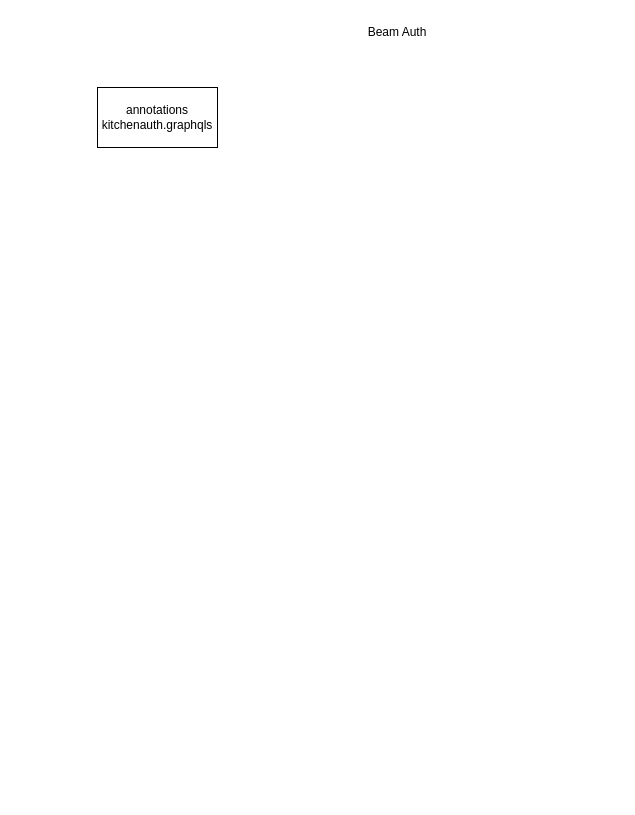
Before: KitchenAuth+BeamAuth.drawio in evagle/awesome, a draw.io diagram. Source tidied: cells renumbered, new cells numbered last; positions are measured from the earlier drawing's top-left corner, leaving out a move shared by most shapes. Both pictures are drawn from the tidied source at 100%, with x=0, y=0 at pixel (97, 17).
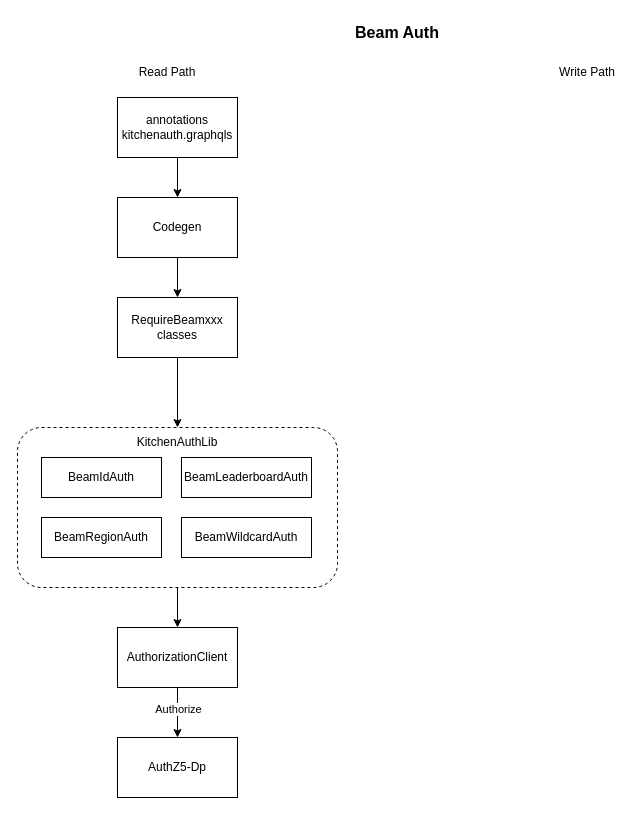
Above is the later version.

Change to the diagram source:
```diff
@@
+    <mxCell id="4" style="edgeStyle=orthogonalEdgeStyle;rounded=0;jettySize=auto;html=1;exitX=0.5;exitY=1;exitDx=0;exitDy=0;entryX=0.5;entryY=0;entryDx=0;entryDy=0;" parent="1" edge="1" source="5" target="17">
+      <mxGeometry relative="1" as="geometry" />
+    </mxCell>
+    <mxCell id="5" style="rounded=1;whiteSpace=wrap;html=1;dashed=1;" parent="1" vertex="1">
+      <mxGeometry x="-80" y="410" width="320" height="160" as="geometry" />
+    </mxCell>
+    <mxCell id="6" style="edgeStyle=orthogonalEdgeStyle;rounded=0;jettySize=auto;html=1;exitX=0.5;exitY=1;exitDx=0;exitDy=0;" parent="1" edge="1" source="2" target="8">
+      <mxGeometry relative="1" as="geometry" />
+    </mxCell>
     <mxCell id="2" value="annotations&lt;br&gt;kitchenauth.graphqls" style="rounded=0;whiteSpace=wrap;html=1;" parent="1" vertex="1">
-      <mxGeometry y="70" width="120" height="60" as="geometry" />
+      <mxGeometry x="20" y="80" width="120" height="60" as="geometry" />
     </mxCell>
-    <mxCell id="3" value="Beam Auth" style="text;html=1;strokeColor=none;fillColor=none;align=center;verticalAlign=middle;whiteSpace=wrap;rounded=0;" parent="1" vertex="1">
+    <mxCell id="3" value="&lt;b&gt;&lt;font style=&quot;font-size: 16px;&quot;&gt;Beam Auth&lt;/font&gt;&lt;/b&gt;" style="text;html=1;strokeColor=none;fillColor=none;align=center;verticalAlign=middle;whiteSpace=wrap;rounded=0;" parent="1" vertex="1">
       <mxGeometry x="210" width="180" height="30" as="geometry" />
     </mxCell>
+    <mxCell id="7" style="edgeStyle=orthogonalEdgeStyle;rounded=0;jettySize=auto;html=1;exitX=0.5;exitY=1;exitDx=0;exitDy=0;entryX=0.5;entryY=0;entryDx=0;entryDy=0;" parent="1" edge="1" source="8" target="10">
+      <mxGeometry relative="1" as="geometry" />
+    </mxCell>
+    <mxCell id="8" value="Codegen" style="rounded=0;whiteSpace=wrap;html=1;" parent="1" vertex="1">
+      <mxGeometry x="20" y="180" width="120" height="60" as="geometry" />
+    </mxCell>
+    <mxCell id="9" style="edgeStyle=orthogonalEdgeStyle;rounded=0;jettySize=auto;html=1;exitX=0.5;exitY=1;exitDx=0;exitDy=0;" parent="1" edge="1" source="10" target="5">
+      <mxGeometry relative="1" as="geometry" />
+    </mxCell>
+    <mxCell id="10" value="RequireBeamxxx&lt;br&gt;classes" style="rounded=0;whiteSpace=wrap;html=1;" parent="1" vertex="1">
+      <mxGeometry x="20" y="280" width="120" height="60" as="geometry" />
+    </mxCell>
+    <mxCell id="11" value="BeamIdAuth" style="rounded=0;whiteSpace=wrap;html=1;" parent="1" vertex="1">
+      <mxGeometry x="-56" y="440" width="120" height="40" as="geometry" />
+    </mxCell>
+    <mxCell id="12" value="BeamLeaderboardAuth" style="rounded=0;whiteSpace=wrap;html=1;" parent="1" vertex="1">
+      <mxGeometry x="84" y="440" width="130" height="40" as="geometry" />
+    </mxCell>
+    <mxCell id="13" value="BeamRegionAuth" style="rounded=0;whiteSpace=wrap;html=1;" parent="1" vertex="1">
+      <mxGeometry x="-56" y="500" width="120" height="40" as="geometry" />
+    </mxCell>
+    <mxCell id="14" value="BeamWildcardAuth" style="rounded=0;whiteSpace=wrap;html=1;" parent="1" vertex="1">
+      <mxGeometry x="84" y="500" width="130" height="40" as="geometry" />
+    </mxCell>
+    <mxCell id="15" style="edgeStyle=orthogonalEdgeStyle;rounded=0;jettySize=auto;html=1;exitX=0.5;exitY=1;exitDx=0;exitDy=0;entryX=0.5;entryY=0;entryDx=0;entryDy=0;" parent="1" edge="1" source="17" target="18">
+      <mxGeometry relative="1" as="geometry" />
+    </mxCell>
+    <mxCell id="16" value="Authorize" style="edgeLabel;html=1;align=center;verticalAlign=middle;" parent="15" vertex="1">
+      <mxGeometry x="-0.17" y="4" relative="1" as="geometry">
+        <mxPoint x="-4" as="offset" />
+      </mxGeometry>
+    </mxCell>
+    <mxCell id="17" value="AuthorizationClient" style="rounded=0;whiteSpace=wrap;html=1;" parent="1" vertex="1">
+      <mxGeometry x="20" y="610" width="120" height="60" as="geometry" />
+    </mxCell>
+    <mxCell id="18" value="AuthZ5-Dp" style="rounded=0;whiteSpace=wrap;html=1;" parent="1" vertex="1">
+      <mxGeometry x="20" y="720" width="120" height="60" as="geometry" />
+    </mxCell>
+    <mxCell id="19" value="KitchenAuthLib" style="text;html=1;strokeColor=none;fillColor=none;align=center;verticalAlign=middle;whiteSpace=wrap;rounded=0;" parent="1" vertex="1">
+      <mxGeometry x="50" y="410" width="60" height="30" as="geometry" />
+    </mxCell>
+    <mxCell id="20" value="Read Path" style="text;html=1;strokeColor=none;fillColor=none;align=center;verticalAlign=middle;whiteSpace=wrap;rounded=0;" parent="1" vertex="1">
+      <mxGeometry x="40" y="40" width="60" height="30" as="geometry" />
+    </mxCell>
+    <mxCell id="21" value="Write Path" style="text;html=1;strokeColor=none;fillColor=none;align=center;verticalAlign=middle;whiteSpace=wrap;rounded=0;" parent="1" vertex="1">
+      <mxGeometry x="460" y="40" width="60" height="30" as="geometry" />
+    </mxCell>
```
